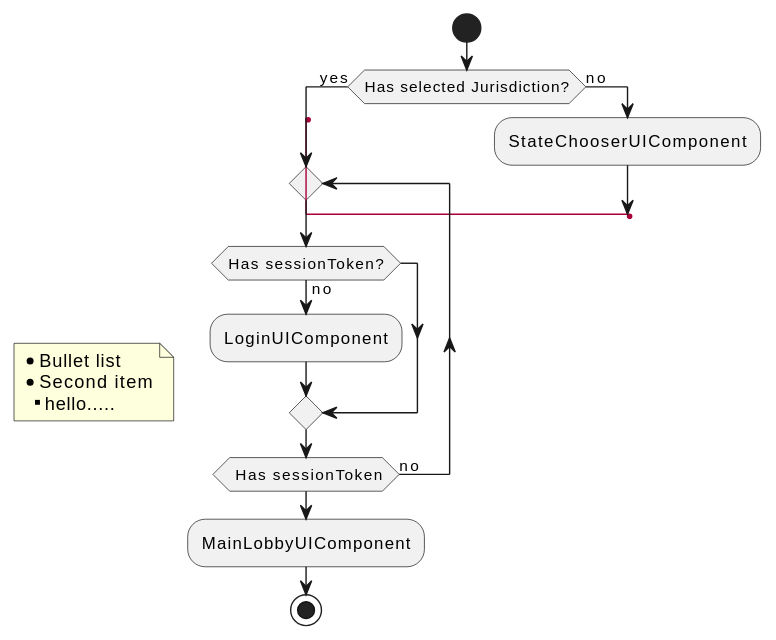
Above: uml/login2.svg in palainteractivedev/umlmodels (PlantUML), before the change.
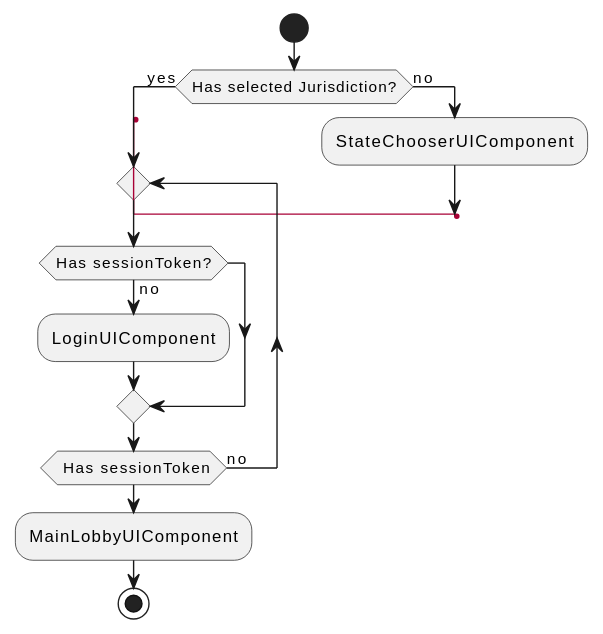
Later version of the same file.

The edit, as a diff of the source:
```diff
@@ -13,9 +13,4 @@
   :StateChooserUIComponent;
   goto lbl_login
 endif
-note left
-  * Bullet list
-  * Second item
-  ** hello.....
-end note
 @enduml
```
